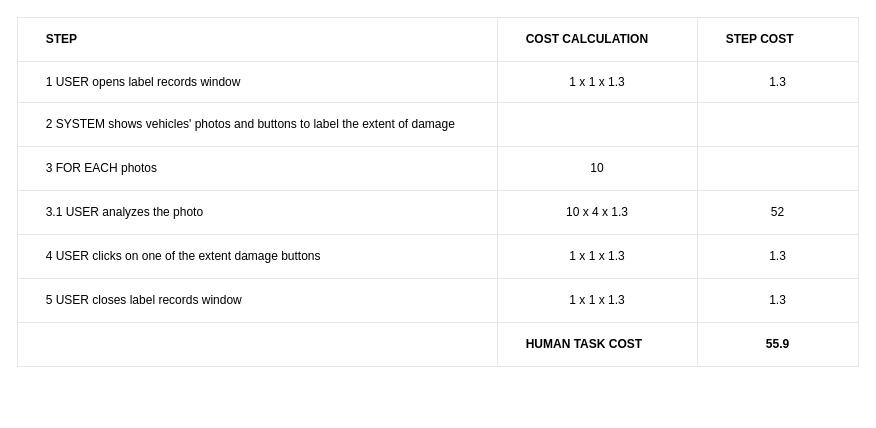
This is label records (Bello)/label_records_table.drawio from BaffoBello14/AutomaticDamagesRecognition, a draw.io file, before an edit. Source tidied: cells renumbered, new cells numbered last; positions are measured from the earlier drawing's top-left corner, leaving out a move shared by most shapes. Both pictures are drawn from the tidied source at 100%, with x=0, y=0 at pixel (17, 17).
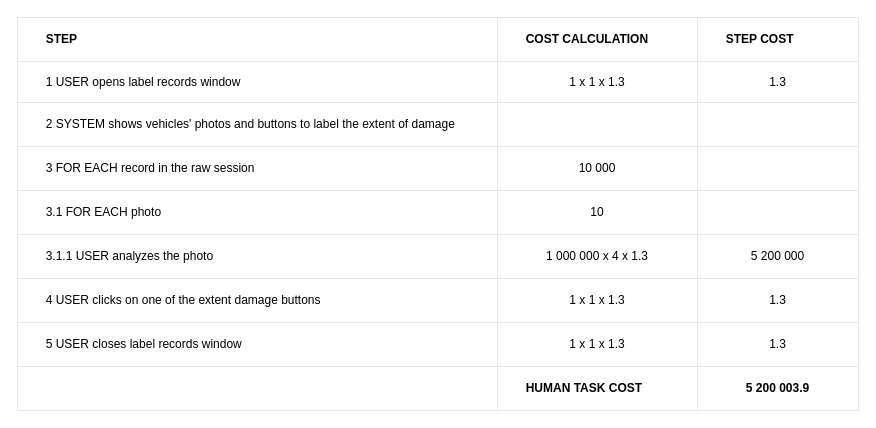
After the change.

Commit message:
Refactor code to improve performance and readability

What changed in the source:
```diff
@@
     <mxCell id="2" style="childLayout=tableLayout;shadow=0;strokeColor=#E6E6E6;align=center;" parent="1" vertex="1">
-      <mxGeometry width="841" height="349" as="geometry" />
+      <mxGeometry width="841" height="393" as="geometry" />
     </mxCell>
@@
+    <mxCell id="35" style="shape=tableRow;horizontal=0;startSize=0;swimlaneHead=0;swimlaneBody=0;top=0;left=0;bottom=0;right=0;fontStyle=0;fillColor=none;strokeColor=inherit;" parent="2" vertex="1">
+      <mxGeometry y="129" width="841" height="44" as="geometry" />
+    </mxCell>
+    <mxCell id="36" value="&lt;span style=&quot;white-space: pre;&quot;&gt;&#9;&lt;/span&gt;3 FOR EACH record in the raw session" style="strokeColor=inherit;fillColor=none;align=left;whiteSpace=wrap;html=1;" parent="35" vertex="1">
+      <mxGeometry width="480" height="44" as="geometry" />
+    </mxCell>
+    <mxCell id="37" value="10 000" style="strokeColor=inherit;fillColor=none;align=center;whiteSpace=wrap;html=1;" parent="35" vertex="1">
+      <mxGeometry x="480" width="200" height="44" as="geometry" />
+    </mxCell>
+    <mxCell id="38" style="strokeColor=inherit;fillColor=none;align=left;whiteSpace=wrap;html=1;" parent="35" vertex="1">
+      <mxGeometry x="680" width="161" height="44" as="geometry" />
+    </mxCell>
     <mxCell id="15" style="shape=tableRow;horizontal=0;startSize=0;swimlaneHead=0;swimlaneBody=0;top=0;left=0;bottom=0;right=0;fontStyle=0;fillColor=none;strokeColor=inherit;" parent="2" vertex="1">
-      <mxGeometry y="129" width="841" height="44" as="geometry" />
+      <mxGeometry y="173" width="841" height="44" as="geometry" />
     </mxCell>
-    <mxCell id="16" value="&lt;span style=&quot;white-space: pre;&quot;&gt;&#9;&lt;/span&gt;3 FOR EACH photos" style="strokeColor=inherit;fillColor=none;align=left;whiteSpace=wrap;html=1;" parent="15" vertex="1">
+    <mxCell id="16" value="&lt;span style=&quot;white-space: pre;&quot;&gt;&#9;&lt;/span&gt;3.1 FOR EACH photo" style="strokeColor=inherit;fillColor=none;align=left;whiteSpace=wrap;html=1;" parent="15" vertex="1">
       <mxGeometry width="480" height="44" as="geometry" />
     </mxCell>
@@
     <mxCell id="19" style="shape=tableRow;horizontal=0;startSize=0;swimlaneHead=0;swimlaneBody=0;top=0;left=0;bottom=0;right=0;fontStyle=0;fillColor=none;strokeColor=inherit;" parent="2" vertex="1">
-      <mxGeometry y="173" width="841" height="44" as="geometry" />
+      <mxGeometry y="217" width="841" height="44" as="geometry" />
     </mxCell>
-    <mxCell id="20" value="&lt;span style=&quot;&quot;&gt;&#9;&lt;/span&gt;&lt;span style=&quot;white-space: pre;&quot;&gt;&#9;&lt;/span&gt;3.1 USER analyzes the photo" style="strokeColor=inherit;fillColor=none;align=left;whiteSpace=wrap;html=1;" parent="19" vertex="1">
+    <mxCell id="20" value="&lt;span style=&quot;&quot;&gt;&#9;&lt;/span&gt;&lt;span style=&quot;white-space: pre;&quot;&gt;&#9;&lt;/span&gt;3.1.1 USER analyzes the photo" style="strokeColor=inherit;fillColor=none;align=left;whiteSpace=wrap;html=1;" parent="19" vertex="1">
       <mxGeometry width="480" height="44" as="geometry" />
     </mxCell>
-    <mxCell id="21" value="10 x 4 x 1.3" style="strokeColor=inherit;fillColor=none;align=center;whiteSpace=wrap;html=1;" parent="19" vertex="1">
+    <mxCell id="21" value="1 000 000 x 4 x 1.3" style="strokeColor=inherit;fillColor=none;align=center;whiteSpace=wrap;html=1;" parent="19" vertex="1">
       <mxGeometry x="480" width="200" height="44" as="geometry" />
     </mxCell>
-    <mxCell id="22" value="52" style="strokeColor=inherit;fillColor=none;align=center;whiteSpace=wrap;html=1;" parent="19" vertex="1">
+    <mxCell id="22" value="5 200 000" style="strokeColor=inherit;fillColor=none;align=center;whiteSpace=wrap;html=1;" parent="19" vertex="1">
       <mxGeometry x="680" width="161" height="44" as="geometry" />
     </mxCell>
     <mxCell id="23" style="shape=tableRow;horizontal=0;startSize=0;swimlaneHead=0;swimlaneBody=0;top=0;left=0;bottom=0;right=0;fontStyle=0;fillColor=none;strokeColor=inherit;" parent="2" vertex="1">
-      <mxGeometry y="217" width="841" height="44" as="geometry" />
+      <mxGeometry y="261" width="841" height="44" as="geometry" />
     </mxCell>
@@
     <mxCell id="27" style="shape=tableRow;horizontal=0;startSize=0;swimlaneHead=0;swimlaneBody=0;top=0;left=0;bottom=0;right=0;fontStyle=0;fillColor=none;strokeColor=inherit;" parent="2" vertex="1">
-      <mxGeometry y="261" width="841" height="44" as="geometry" />
+      <mxGeometry y="305" width="841" height="44" as="geometry" />
     </mxCell>
@@
     <mxCell id="31" style="shape=tableRow;horizontal=0;startSize=0;swimlaneHead=0;swimlaneBody=0;top=0;left=0;bottom=0;right=0;fontStyle=0;fillColor=none;strokeColor=inherit;" parent="2" vertex="1">
-      <mxGeometry y="305" width="841" height="44" as="geometry" />
+      <mxGeometry y="349" width="841" height="44" as="geometry" />
     </mxCell>
@@
-    <mxCell id="34" value="&lt;b&gt;55.9&lt;/b&gt;" style="strokeColor=inherit;fillColor=none;align=center;whiteSpace=wrap;html=1;" parent="31" vertex="1">
+    <mxCell id="34" value="&lt;b&gt;5 200 003.9&lt;/b&gt;" style="strokeColor=inherit;fillColor=none;align=center;whiteSpace=wrap;html=1;" parent="31" vertex="1">
       <mxGeometry x="680" width="161" height="44" as="geometry" />
     </mxCell>
```
